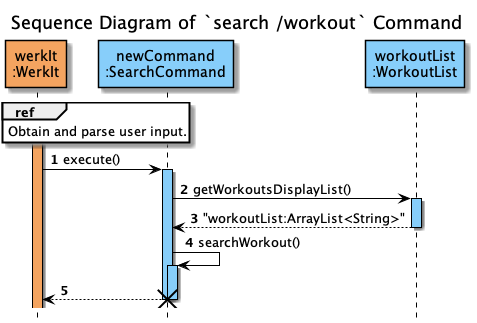
The PlantUML diagram docs/uml/sequenceDiagrams/search/images/searchWorkout.png in nus-cs2113-AY2122S2/tp, before a commit.
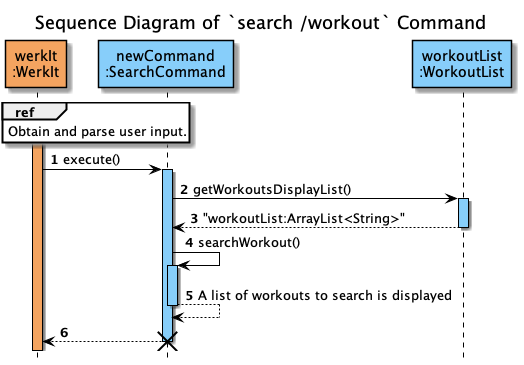
Above is the later version.

Commit message:
Final update on search sequence diagrams

The edit, as a diff of the source:
```diff
@@ -26,7 +26,7 @@
 
 newCommand -> newCommand : searchWorkout()
 activate newCommand #LightSkyBlue
-
+return A list of workouts to search is displayed
 newCommand --> WerkIt
 
 deactivate newCommand
```
